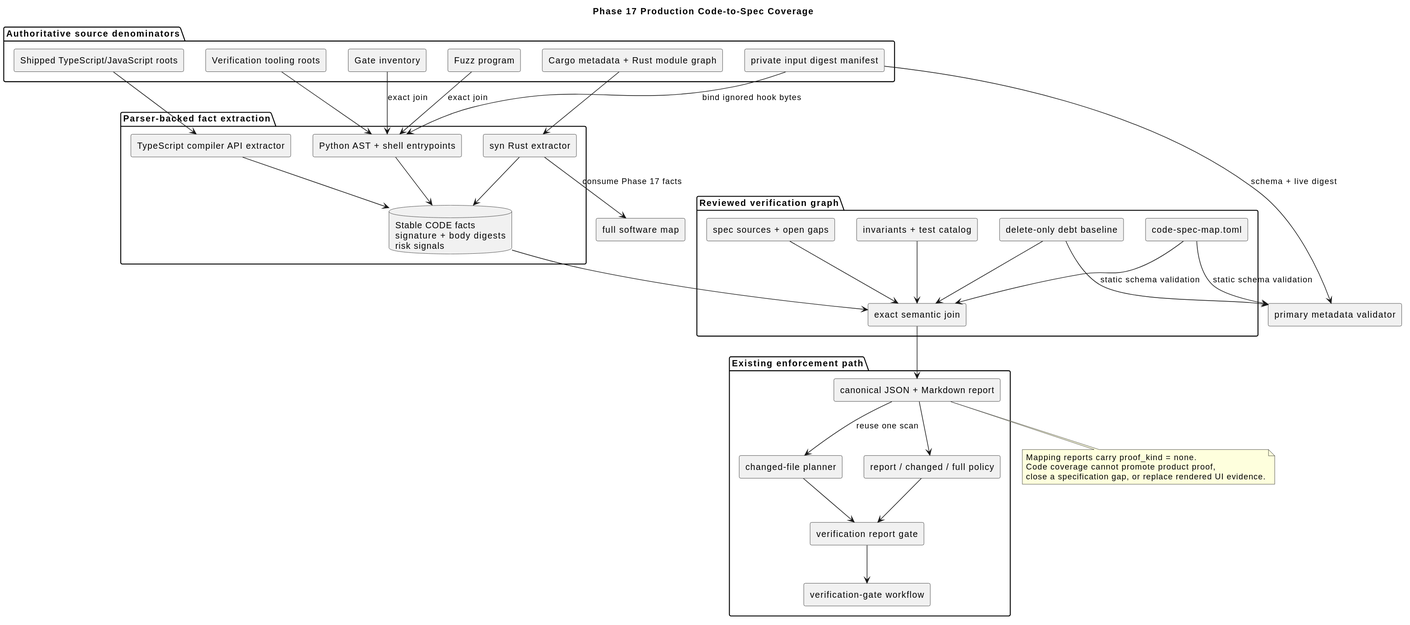
The PlantUML diagram docs/diagrams/generated/verification-code-spec-coverage.svg in johannesPettersson80/trust-platform, before a commit.
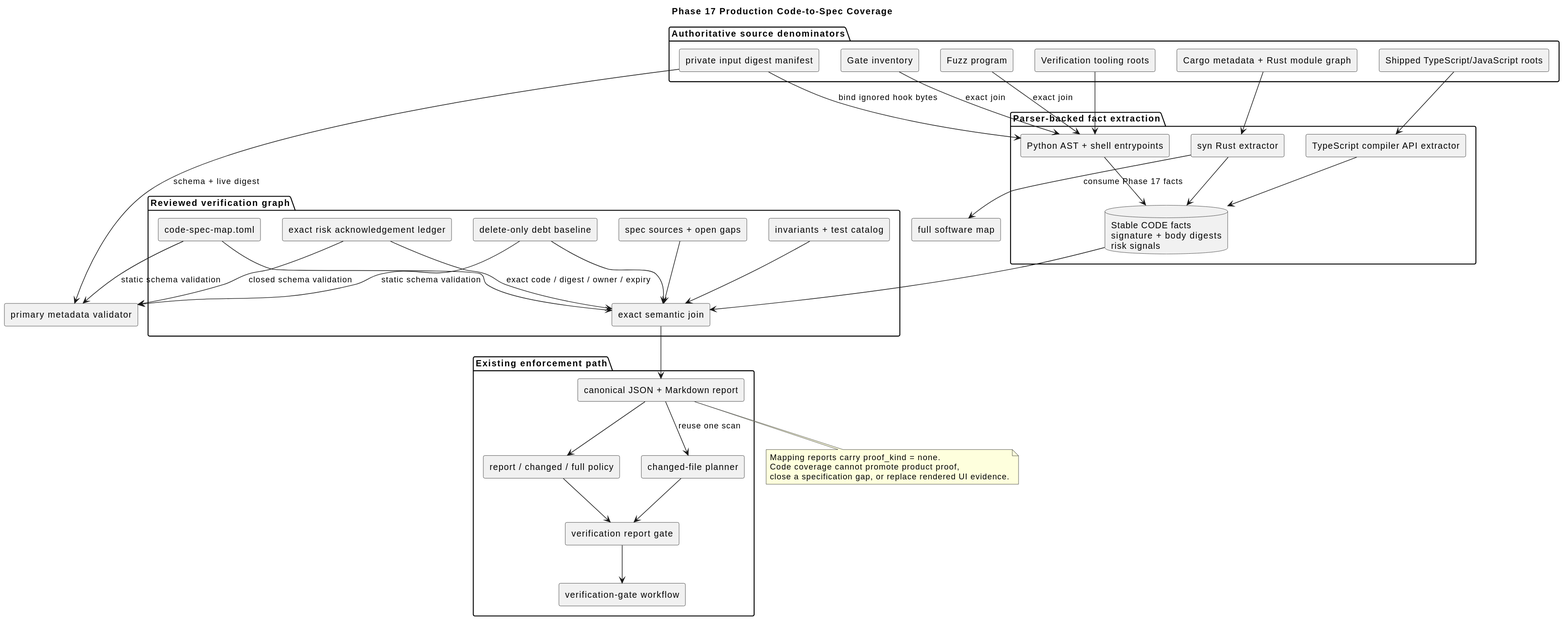
Above is the later version.

Change to the diagram source:
```diff
@@ -22,6 +22,7 @@
 
 package "Reviewed verification graph" {
   [code-spec-map.toml] as Map
+  [exact risk acknowledgement ledger] as RiskAcks
   [delete-only debt baseline] as Debt
   [spec sources + open gaps] as Specs
   [invariants + test catalog] as VerificationGraph
@@ -50,6 +51,7 @@
 ToolExtractor --> Facts
 Facts --> Join
 Map --> Join
+RiskAcks --> Join : exact code / digest / owner / expiry
 Debt --> Join
 Specs --> Join
 VerificationGraph --> Join
@@ -61,6 +63,7 @@
 Gate --> Workflow
 RustExtractor --> SoftwareMap : consume Phase 17 facts
 Map --> MetadataGate : static schema validation
+RiskAcks --> MetadataGate : closed schema validation
 Debt --> MetadataGate : static schema validation
 PrivateInputs --> MetadataGate : schema + live digest
 
```
